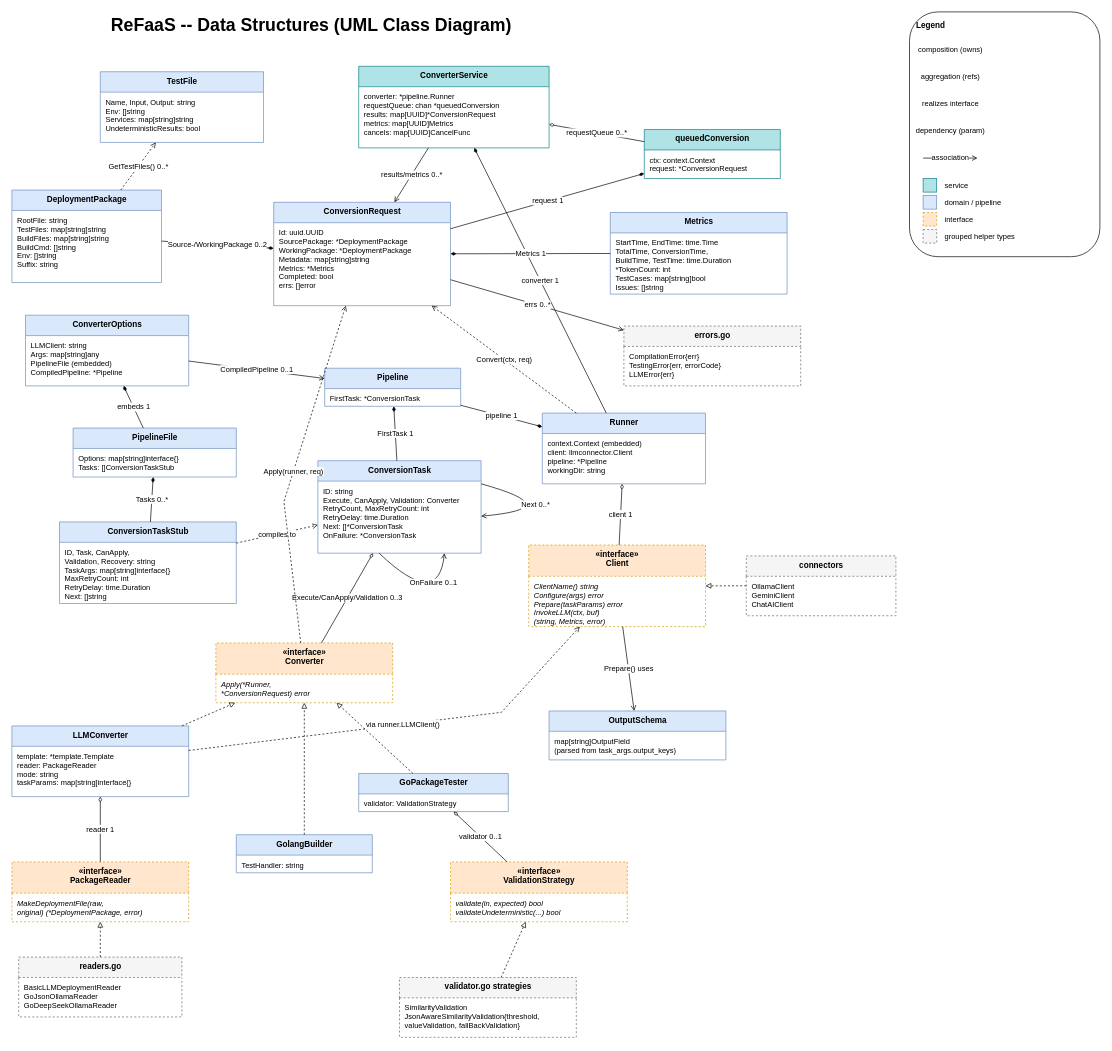
carl-egge/ise-predictive-refaas keeps this draw.io diagram as docs/uml-diagram.drawio. Above is the earlier version. Source tidied: cells renumbered, new cells numbered last; positions are measured from the earlier drawing's top-left corner, leaving out a move shared by most shapes. Both pictures are drawn from the tidied source at 68%, with x=0, y=0 at pixel (12, 12).
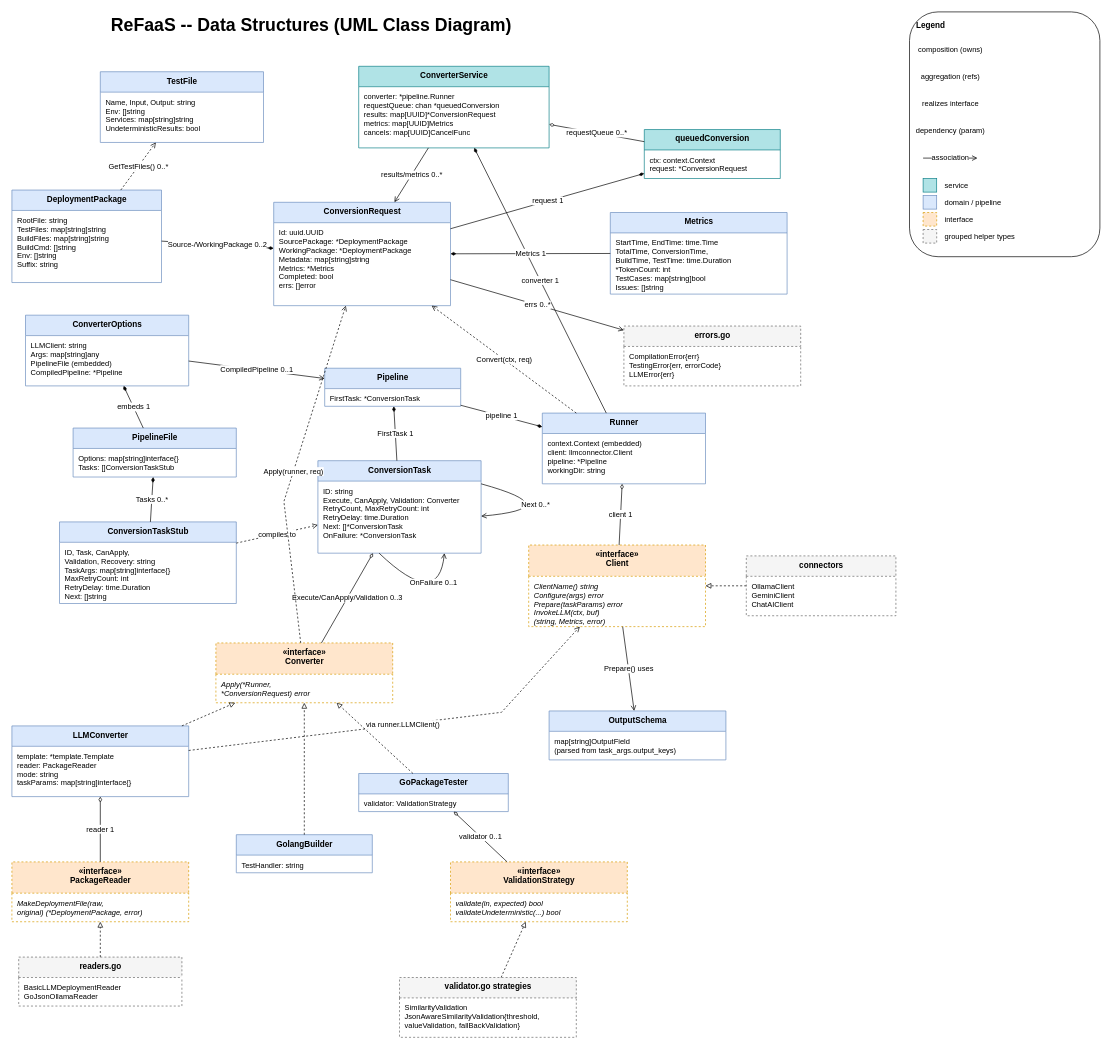
Above is the later version.

Diff of the diagram source:
```diff
@@
     <mxCell id="41" value="readers.go" style="swimlane;fontStyle=1;align=center;verticalAlign=top;horizontal=1;startSize=30;swimlaneFillColor=#ffffff;dashed=1;fillColor=#f5f5f5;strokeColor=#666666;html=1;" parent="1" vertex="1">
-      <mxGeometry x="10" y="1390" width="240" height="88" as="geometry" />
+      <mxGeometry x="10" y="1390" width="240" height="72" as="geometry" />
     </mxCell>
-    <mxCell id="42" value="BasicLLMDeploymentReader&#10;GoJsonOllamaReader&#10;GoDeepSeekOllamaReader" style="text;align=left;verticalAlign=top;spacingLeft=6;spacingRight=4;spacingTop=2;overflow=hidden;html=0;fontSize=11;" parent="41" vertex="1">
-      <mxGeometry y="30" width="240" height="58" as="geometry" />
+    <mxCell id="42" value="BasicLLMDeploymentReader&#10;GoJsonOllamaReader" style="text;align=left;verticalAlign=top;spacingLeft=6;spacingRight=4;spacingTop=2;overflow=hidden;html=0;fontSize=11;" parent="41" vertex="1">
+      <mxGeometry y="30" width="240" height="42" as="geometry" />
     </mxCell>
```
